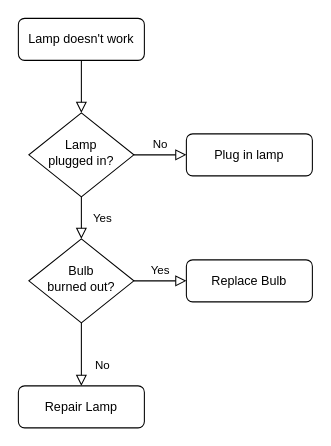
Before: First Diagram.drawio in dessertss/Scytale, a draw.io diagram. Source tidied: cells renumbered, new cells numbered last; positions are measured from the earlier drawing's top-left corner, leaving out a move shared by most shapes. Both pictures are drawn from the tidied source at 105%, with x=0, y=0 at pixel (18, 18).
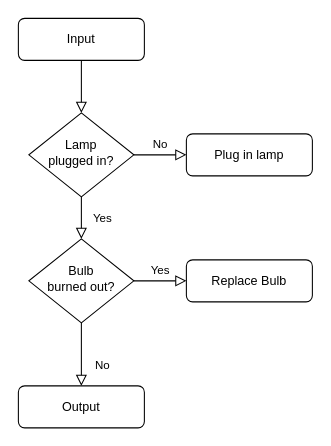
The same diagram, later.

What changed in the source:
```diff
@@
 <mxGraphModel>
   <root>
     <mxCell id="0" />
     <mxCell id="1" parent="0" />
     <mxCell id="2" style="rounded=0;html=1;jettySize=auto;fontSize=11;endArrow=block;endFill=0;endSize=8;strokeWidth=1;shadow=0;labelBackgroundColor=none;edgeStyle=orthogonalEdgeStyle;" parent="1" edge="1" source="3" target="6">
       <mxGeometry relative="1" as="geometry" />
     </mxCell>
-    <mxCell id="3" value="Lamp doesn't work" style="rounded=1;whiteSpace=wrap;html=1;fontSize=12;glass=0;strokeWidth=1;shadow=0;" parent="1" vertex="1">
+    <mxCell id="3" value="Input" style="rounded=1;whiteSpace=wrap;html=1;fontSize=12;glass=0;strokeWidth=1;shadow=0;" parent="1" vertex="1">
       <mxGeometry width="120" height="40" as="geometry" />
     </mxCell>
     <mxCell id="4" value="Yes" style="rounded=0;html=1;jettySize=auto;fontSize=11;endArrow=block;endFill=0;endSize=8;strokeWidth=1;shadow=0;labelBackgroundColor=none;edgeStyle=orthogonalEdgeStyle;" parent="1" edge="1" source="6" target="10">
       <mxGeometry y="20" relative="1" as="geometry" />
     </mxCell>
     <mxCell id="5" value="No" style="edgeStyle=orthogonalEdgeStyle;rounded=0;html=1;jettySize=auto;fontSize=11;endArrow=block;endFill=0;endSize=8;strokeWidth=1;shadow=0;labelBackgroundColor=none;" parent="1" edge="1" source="6" target="7">
       <mxGeometry y="10" relative="1" as="geometry" />
     </mxCell>
     <mxCell id="6" value="Lamp&lt;br&gt;plugged in?" style="rhombus;whiteSpace=wrap;html=1;shadow=0;fontFamily=Helvetica;fontSize=12;align=center;strokeWidth=1;spacing=6;spacingTop=-4;" parent="1" vertex="1">
       <mxGeometry x="10" y="90" width="100" height="80" as="geometry" />
     </mxCell>
     <mxCell id="7" value="Plug in lamp" style="rounded=1;whiteSpace=wrap;html=1;fontSize=12;glass=0;strokeWidth=1;shadow=0;" parent="1" vertex="1">
       <mxGeometry x="160" y="110" width="120" height="40" as="geometry" />
     </mxCell>
     <mxCell id="8" value="No" style="rounded=0;html=1;jettySize=auto;fontSize=11;endArrow=block;endFill=0;endSize=8;strokeWidth=1;shadow=0;labelBackgroundColor=none;edgeStyle=orthogonalEdgeStyle;" parent="1" edge="1" source="10" target="11">
       <mxGeometry x="0.33" y="20" relative="1" as="geometry" />
     </mxCell>
     <mxCell id="9" value="Yes" style="edgeStyle=orthogonalEdgeStyle;rounded=0;html=1;jettySize=auto;fontSize=11;endArrow=block;endFill=0;endSize=8;strokeWidth=1;shadow=0;labelBackgroundColor=none;" parent="1" edge="1" source="10" target="12">
       <mxGeometry y="10" relative="1" as="geometry" />
     </mxCell>
     <mxCell id="10" value="Bulb&lt;br&gt;burned out?" style="rhombus;whiteSpace=wrap;html=1;shadow=0;fontFamily=Helvetica;fontSize=12;align=center;strokeWidth=1;spacing=6;spacingTop=-4;" parent="1" vertex="1">
       <mxGeometry x="10" y="210" width="100" height="80" as="geometry" />
     </mxCell>
-    <mxCell id="11" value="Repair Lamp" style="rounded=1;whiteSpace=wrap;html=1;fontSize=12;glass=0;strokeWidth=1;shadow=0;" parent="1" vertex="1">
+    <mxCell id="11" value="Output" style="rounded=1;whiteSpace=wrap;html=1;fontSize=12;glass=0;strokeWidth=1;shadow=0;" parent="1" vertex="1">
       <mxGeometry y="350" width="120" height="40" as="geometry" />
     </mxCell>
     <mxCell id="12" value="Replace Bulb" style="rounded=1;whiteSpace=wrap;html=1;fontSize=12;glass=0;strokeWidth=1;shadow=0;" parent="1" vertex="1">
       <mxGeometry x="160" y="230" width="120" height="40" as="geometry" />
     </mxCell>
   </root>
 </mxGraphModel>
```
